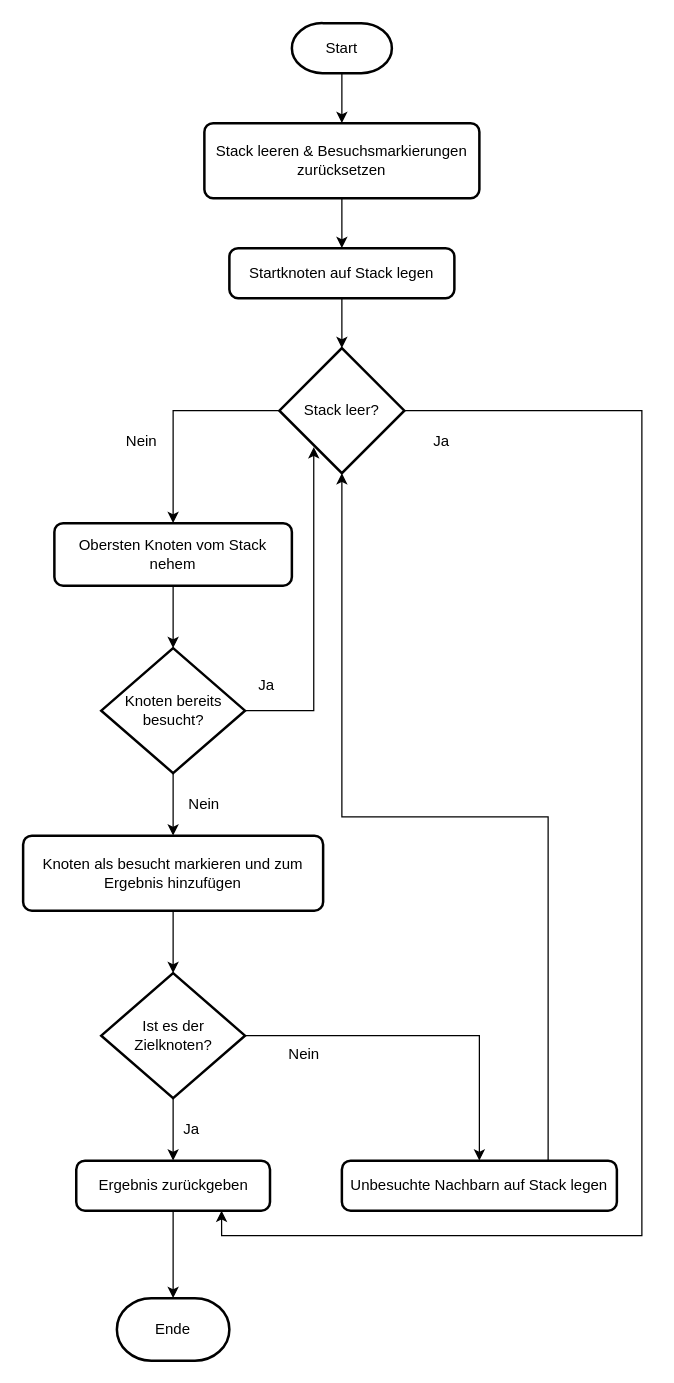
Before: teifensuche.drawio in minmyatthu556/diagramm, a draw.io diagram. Source tidied: cells renumbered, new cells numbered last; positions are measured from the earlier drawing's top-left corner, leaving out a move shared by most shapes. Both pictures are drawn from the tidied source at 125%, with x=0, y=0 at pixel (22, 22).
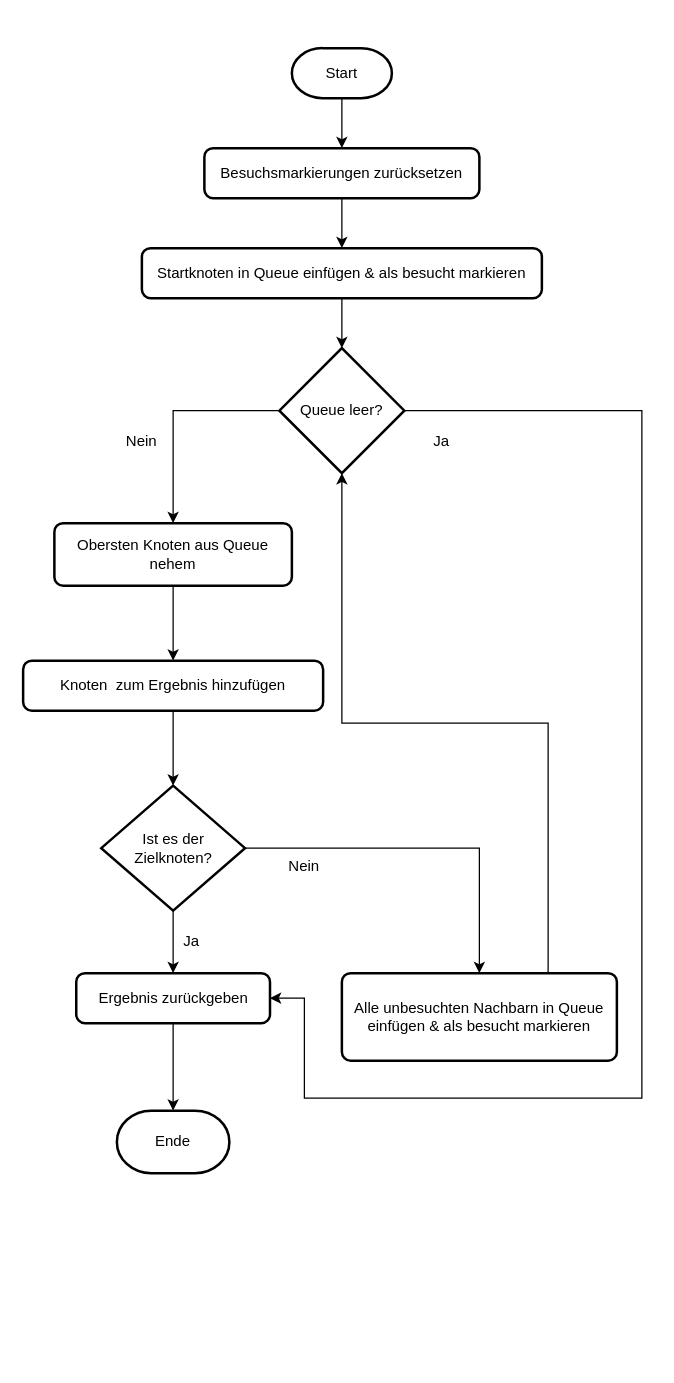
The same page after the edit.

The edit, as a diff of the source:
```diff
@@
     <mxCell id="3" value="Start" style="strokeWidth=2;html=1;shape=mxgraph.flowchart.terminator;whiteSpace=wrap;" parent="1" vertex="1">
-      <mxGeometry x="215" width="80" height="40" as="geometry" />
+      <mxGeometry x="215" y="20" width="80" height="40" as="geometry" />
     </mxCell>
@@
-    <mxCell id="5" value="Stack leeren &amp;amp; Besuchsmarkierungen zurücksetzen" style="rounded=1;whiteSpace=wrap;html=1;absoluteArcSize=1;arcSize=14;strokeWidth=2;" parent="1" vertex="1">
-      <mxGeometry x="145" y="80" width="220" height="60" as="geometry" />
+    <mxCell id="5" value="Besuchsmarkierungen zurücksetzen" style="rounded=1;whiteSpace=wrap;html=1;absoluteArcSize=1;arcSize=14;strokeWidth=2;" parent="1" vertex="1">
+      <mxGeometry x="145" y="100" width="220" height="40" as="geometry" />
     </mxCell>
-    <mxCell id="6" value="Startknoten auf Stack legen" style="rounded=1;whiteSpace=wrap;html=1;absoluteArcSize=1;arcSize=14;strokeWidth=2;" parent="1" vertex="1">
-      <mxGeometry x="165" y="180" width="180" height="40" as="geometry" />
+    <mxCell id="6" value="Startknoten in Queue einfügen &amp;amp; als besucht markieren" style="rounded=1;whiteSpace=wrap;html=1;absoluteArcSize=1;arcSize=14;strokeWidth=2;" parent="1" vertex="1">
+      <mxGeometry x="95" y="180" width="320" height="40" as="geometry" />
     </mxCell>
@@
-    <mxCell id="8" style="edgeStyle=orthogonalEdgeStyle;rounded=0;jettySize=auto;html=1;exitX=1;exitY=0.5;exitDx=0;exitDy=0;exitPerimeter=0;entryX=0.75;entryY=1;entryDx=0;entryDy=0;" parent="1" edge="1" source="9" target="24">
+    <mxCell id="8" style="edgeStyle=orthogonalEdgeStyle;rounded=0;jettySize=auto;html=1;exitX=1;exitY=0.5;exitDx=0;exitDy=0;exitPerimeter=0;entryX=1;entryY=0.5;entryDx=0;entryDy=0;" parent="1" edge="1" source="9" target="24">
       <mxGeometry relative="1" as="geometry">
         <Array as="points">
           <mxPoint x="495" y="310" />
-          <mxPoint x="495" y="970" />
-          <mxPoint x="159" y="970" />
+          <mxPoint x="495" y="860" />
+          <mxPoint x="225" y="860" />
+          <mxPoint x="225" y="780" />
         </Array>
       </mxGeometry>
     </mxCell>
-    <mxCell id="9" value="Stack leer?" style="strokeWidth=2;html=1;shape=mxgraph.flowchart.decision;whiteSpace=wrap;" parent="1" vertex="1">
+    <mxCell id="9" value="Queue leer?" style="strokeWidth=2;html=1;shape=mxgraph.flowchart.decision;whiteSpace=wrap;" parent="1" vertex="1">
       <mxGeometry x="205" y="260" width="100" height="100" as="geometry" />
     </mxCell>
@@
-    <mxCell id="11" value="Obersten Knoten vom Stack nehem" style="rounded=1;whiteSpace=wrap;html=1;absoluteArcSize=1;arcSize=14;strokeWidth=2;" parent="1" vertex="1">
+    <mxCell id="11" value="Obersten Knoten aus Queue nehem" style="rounded=1;whiteSpace=wrap;html=1;absoluteArcSize=1;arcSize=14;strokeWidth=2;" parent="1" vertex="1">
       <mxGeometry x="25" y="400" width="190" height="50" as="geometry" />
     </mxCell>
@@
-    <mxCell id="13" style="edgeStyle=orthogonalEdgeStyle;rounded=0;jettySize=auto;html=1;exitX=0.5;exitY=1;exitDx=0;exitDy=0;exitPerimeter=0;entryX=0.5;entryY=0;entryDx=0;entryDy=0;" parent="1" edge="1" source="14" target="19">
-      <mxGeometry relative="1" as="geometry" />
-    </mxCell>
-    <mxCell id="14" value="Knoten bereits besucht?" style="strokeWidth=2;html=1;shape=mxgraph.flowchart.decision;whiteSpace=wrap;" parent="1" vertex="1">
-      <mxGeometry x="62.5" y="500" width="115" height="100" as="geometry" />
-    </mxCell>
-    <mxCell id="15" style="edgeStyle=orthogonalEdgeStyle;rounded=0;jettySize=auto;html=1;exitX=0.5;exitY=1;exitDx=0;exitDy=0;entryX=0.5;entryY=0;entryDx=0;entryDy=0;entryPerimeter=0;" parent="1" edge="1" source="11" target="14">
+    <mxCell id="15" style="edgeStyle=orthogonalEdgeStyle;rounded=0;jettySize=auto;html=1;exitX=0.5;exitY=1;exitDx=0;exitDy=0;entryX=0.5;entryY=0;entryDx=0;entryDy=0;" parent="1" edge="1" source="11" target="19">
       <mxGeometry relative="1" as="geometry" />
     </mxCell>
-    <mxCell id="16" style="edgeStyle=orthogonalEdgeStyle;rounded=0;jettySize=auto;html=1;exitX=1;exitY=0.5;exitDx=0;exitDy=0;exitPerimeter=0;entryX=0.275;entryY=0.792;entryDx=0;entryDy=0;entryPerimeter=0;" parent="1" edge="1" source="14" target="9">
-      <mxGeometry relative="1" as="geometry" />
-    </mxCell>
@@
-    <mxCell id="18" value="Ja" style="text;html=1;align=center;verticalAlign=middle;whiteSpace=wrap;rounded=0;" parent="1" vertex="1">
-      <mxGeometry x="165" y="515" width="60" height="30" as="geometry" />
-    </mxCell>
-    <mxCell id="19" value="Knoten als besucht markieren und zum Ergebnis hinzufügen" style="rounded=1;whiteSpace=wrap;html=1;absoluteArcSize=1;arcSize=14;strokeWidth=2;" parent="1" vertex="1">
-      <mxGeometry y="650" width="240" height="60" as="geometry" />
+    <mxCell id="19" value="Knoten&amp;nbsp; zum Ergebnis hinzufügen" style="rounded=1;whiteSpace=wrap;html=1;absoluteArcSize=1;arcSize=14;strokeWidth=2;" parent="1" vertex="1">
+      <mxGeometry y="510" width="240" height="40" as="geometry" />
     </mxCell>
@@
     <mxCell id="22" value="Ist es der Zielknoten?" style="strokeWidth=2;html=1;shape=mxgraph.flowchart.decision;whiteSpace=wrap;" parent="1" vertex="1">
-      <mxGeometry x="62.5" y="760" width="115" height="100" as="geometry" />
+      <mxGeometry x="62.5" y="610" width="115" height="100" as="geometry" />
     </mxCell>
@@
     <mxCell id="24" value="Ergebnis zurückgeben" style="rounded=1;whiteSpace=wrap;html=1;absoluteArcSize=1;arcSize=14;strokeWidth=2;" parent="1" vertex="1">
-      <mxGeometry x="42.5" y="910" width="155" height="40" as="geometry" />
+      <mxGeometry x="42.5" y="760" width="155" height="40" as="geometry" />
     </mxCell>
-    <mxCell id="25" value="Nein" style="text;html=1;align=center;verticalAlign=middle;whiteSpace=wrap;rounded=0;" parent="1" vertex="1">
-      <mxGeometry x="115" y="610" width="60" height="30" as="geometry" />
-    </mxCell>
     <mxCell id="26" value="Ja" style="text;html=1;align=center;verticalAlign=middle;whiteSpace=wrap;rounded=0;" parent="1" vertex="1">
-      <mxGeometry x="105" y="870" width="60" height="30" as="geometry" />
+      <mxGeometry x="105" y="720" width="60" height="30" as="geometry" />
     </mxCell>
@@
-    <mxCell id="28" value="Unbesuchte Nachbarn auf Stack legen" style="rounded=1;whiteSpace=wrap;html=1;absoluteArcSize=1;arcSize=14;strokeWidth=2;" parent="1" vertex="1">
-      <mxGeometry x="255" y="910" width="220" height="40" as="geometry" />
+    <mxCell id="28" value="Alle unbesuchten Nachbarn in Queue einfügen &amp;amp; als besucht markieren" style="rounded=1;whiteSpace=wrap;html=1;absoluteArcSize=1;arcSize=14;strokeWidth=2;" parent="1" vertex="1">
+      <mxGeometry x="255" y="760" width="220" height="70" as="geometry" />
     </mxCell>
     <mxCell id="29" value="Nein" style="text;html=1;align=center;verticalAlign=middle;whiteSpace=wrap;rounded=0;" parent="1" vertex="1">
-      <mxGeometry x="195" y="810" width="60" height="30" as="geometry" />
+      <mxGeometry x="195" y="660" width="60" height="30" as="geometry" />
     </mxCell>
@@
     <mxCell id="31" value="Ende" style="strokeWidth=2;html=1;shape=mxgraph.flowchart.terminator;whiteSpace=wrap;" parent="1" vertex="1">
-      <mxGeometry x="75" y="1020" width="90" height="50" as="geometry" />
+      <mxGeometry x="75" y="870" width="90" height="50" as="geometry" />
     </mxCell>
```
